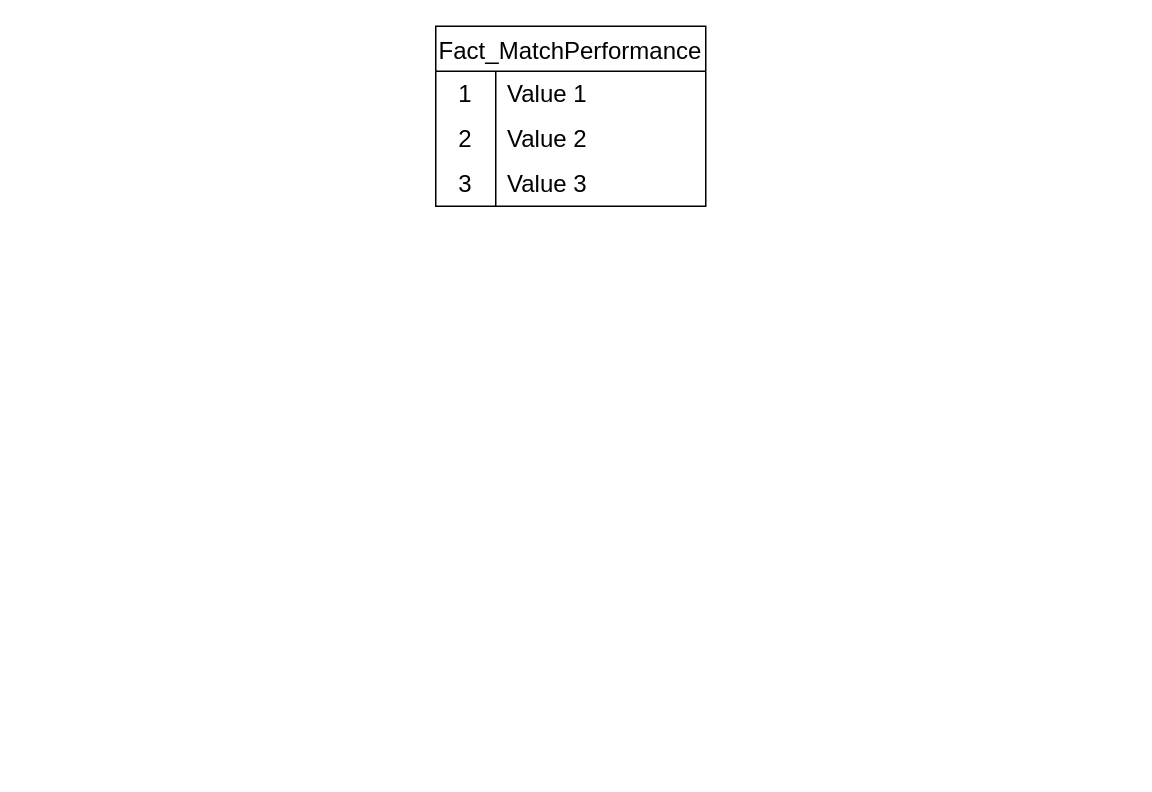
Before: star schema.drawio in MiravBhojani/BIProject--136446, a draw.io diagram. Source tidied: cells renumbered, new cells numbered last; positions are measured from the earlier drawing's top-left corner, leaving out a move shared by most shapes. Both pictures are drawn from the tidied source at 150%, with x=0, y=0 at pixel (435, 26).
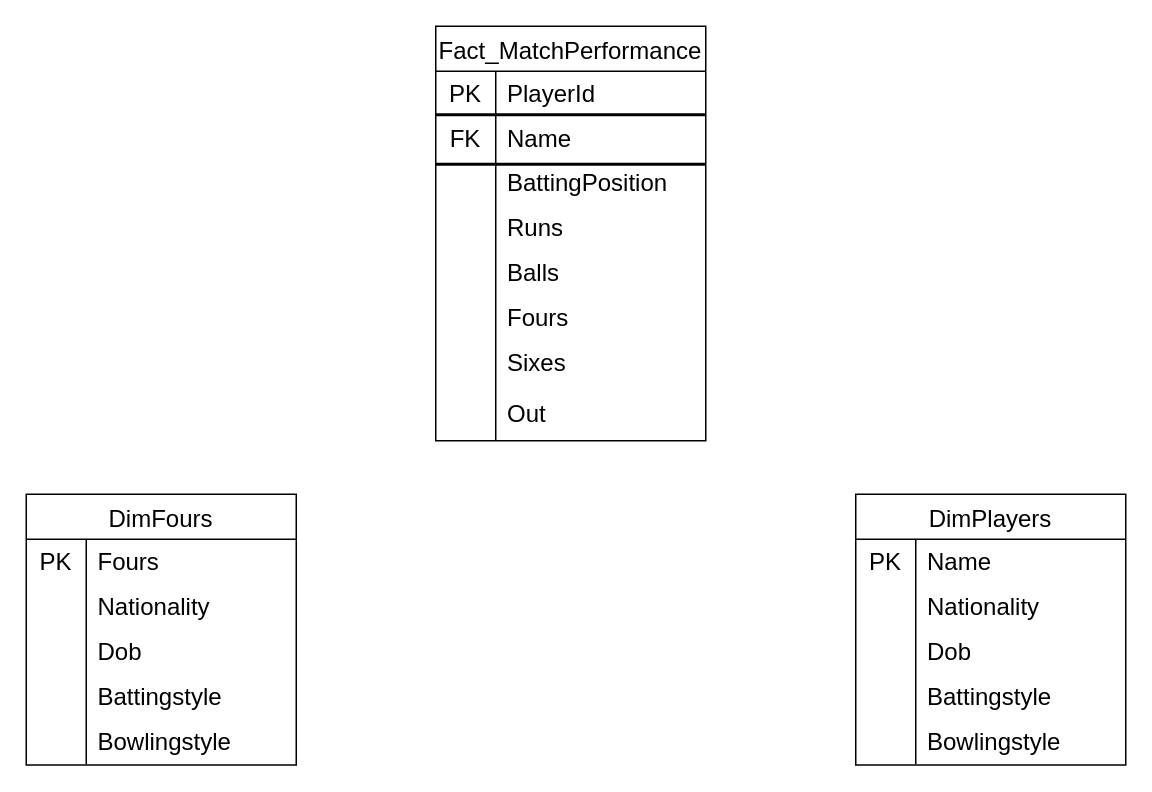
The same page after the edit.

The change refers to these unchanged cells:
```xml
<mxCell id="3" style="shape=tableRow;horizontal=0;startSize=0;swimlaneHead=0;swimlaneBody=0;top=0;left=0;bottom=0;right=0;fillColor=none;strokeColor=inherit;fontSize=16;" parent="2" vertex="1">
  <mxGeometry y="30" width="180" height="30" as="geometry" />
</mxCell>
```

Diff of the diagram source:
```diff
@@
     <mxCell id="2" value="Fact_MatchPerformance" style="shape=table;startSize=30;childLayout=tableLayout;rowLines=0;fontStyle=0;strokeColor=default;fontSize=16;" parent="1" vertex="1">
-      <mxGeometry width="180" height="120" as="geometry" />
+      <mxGeometry width="180" height="276.4" as="geometry" />
     </mxCell>
@@
-    <mxCell id="4" value="1" style="shape=partialRectangle;html=1;whiteSpace=wrap;fillColor=none;top=0;left=0;bottom=0;right=0;overflow=hidden;strokeColor=inherit;fontSize=16;" parent="3" vertex="1">
+    <mxCell id="4" value="PK" style="shape=partialRectangle;html=1;whiteSpace=wrap;fillColor=none;top=0;left=0;bottom=0;right=0;overflow=hidden;strokeColor=inherit;fontSize=16;" parent="3" vertex="1">
       <mxGeometry width="40" height="30" as="geometry" />
     </mxCell>
-    <mxCell id="5" value="Value 1" style="shape=partialRectangle;html=1;whiteSpace=wrap;fillColor=none;top=0;left=0;bottom=0;right=0;align=left;spacingLeft=6;overflow=hidden;strokeColor=inherit;fontSize=16;" parent="3" vertex="1">
+    <mxCell id="5" value="PlayerId" style="shape=partialRectangle;html=1;whiteSpace=wrap;fillColor=none;top=0;left=0;bottom=0;right=0;align=left;spacingLeft=6;overflow=hidden;strokeColor=inherit;fontSize=16;" parent="3" vertex="1">
       <mxGeometry x="40" width="140" height="30" as="geometry" />
     </mxCell>
     <mxCell id="6" style="shape=tableRow;horizontal=0;startSize=0;swimlaneHead=0;swimlaneBody=0;top=0;left=0;bottom=0;right=0;fillColor=none;strokeColor=inherit;fontSize=16;" parent="2" vertex="1">
-      <mxGeometry y="60" width="180" height="30" as="geometry" />
+      <mxGeometry y="60" width="180" height="29" as="geometry" />
     </mxCell>
-    <mxCell id="7" value="2" style="shape=partialRectangle;html=1;whiteSpace=wrap;fillColor=none;top=0;left=0;bottom=0;right=0;overflow=hidden;strokeColor=inherit;fontSize=16;" parent="6" vertex="1">
-      <mxGeometry width="40" height="30" as="geometry" />
+    <mxCell id="7" value="FK" style="shape=partialRectangle;html=1;whiteSpace=wrap;fillColor=none;top=0;left=0;bottom=0;right=0;overflow=hidden;strokeColor=inherit;fontSize=16;" parent="6" vertex="1">
+      <mxGeometry width="40" height="29" as="geometry" />
     </mxCell>
-    <mxCell id="8" value="Value 2" style="shape=partialRectangle;html=1;whiteSpace=wrap;fillColor=none;top=0;left=0;bottom=0;right=0;align=left;spacingLeft=6;overflow=hidden;strokeColor=inherit;fontSize=16;" parent="6" vertex="1">
-      <mxGeometry x="40" width="140" height="30" as="geometry" />
+    <mxCell id="8" value="Name" style="shape=partialRectangle;html=1;whiteSpace=wrap;fillColor=none;top=0;left=0;bottom=0;right=0;align=left;spacingLeft=6;overflow=hidden;strokeColor=inherit;fontSize=16;" parent="6" vertex="1">
+      <mxGeometry x="40" width="140" height="29" as="geometry" />
     </mxCell>
     <mxCell id="9" style="shape=tableRow;horizontal=0;startSize=0;swimlaneHead=0;swimlaneBody=0;top=0;left=0;bottom=0;right=0;fillColor=none;strokeColor=inherit;fontSize=16;" parent="2" vertex="1">
-      <mxGeometry y="90" width="180" height="30" as="geometry" />
+      <mxGeometry y="89" width="180" height="30" as="geometry" />
     </mxCell>
-    <mxCell id="10" value="3" style="shape=partialRectangle;html=1;whiteSpace=wrap;fillColor=none;top=0;left=0;bottom=0;right=0;overflow=hidden;strokeColor=inherit;fontSize=16;" parent="9" vertex="1">
+    <mxCell id="10" style="shape=partialRectangle;html=1;whiteSpace=wrap;fillColor=none;top=0;left=0;bottom=0;right=0;overflow=hidden;strokeColor=inherit;fontSize=16;" parent="9" vertex="1">
       <mxGeometry width="40" height="30" as="geometry" />
     </mxCell>
-    <mxCell id="11" value="Value 3" style="shape=partialRectangle;html=1;whiteSpace=wrap;fillColor=none;top=0;left=0;bottom=0;right=0;align=left;spacingLeft=6;overflow=hidden;strokeColor=inherit;fontSize=16;" parent="9" vertex="1">
+    <mxCell id="11" value="BattingPosition" style="shape=partialRectangle;html=1;whiteSpace=wrap;fillColor=none;top=0;left=0;bottom=0;right=0;align=left;spacingLeft=6;overflow=hidden;strokeColor=inherit;fontSize=16;" parent="9" vertex="1">
       <mxGeometry x="40" width="140" height="30" as="geometry" />
     </mxCell>
+    <mxCell id="12" style="shape=tableRow;horizontal=0;startSize=0;swimlaneHead=0;swimlaneBody=0;top=0;left=0;bottom=0;right=0;fillColor=none;strokeColor=inherit;fontSize=16;" parent="2" vertex="1">
+      <mxGeometry y="119" width="180" height="30" as="geometry" />
+    </mxCell>
+    <mxCell id="13" style="shape=partialRectangle;html=1;whiteSpace=wrap;fillColor=none;top=0;left=0;bottom=0;right=0;overflow=hidden;strokeColor=inherit;fontSize=16;" parent="12" vertex="1">
+      <mxGeometry width="40" height="30" as="geometry" />
+    </mxCell>
+    <mxCell id="14" value="Runs" style="shape=partialRectangle;html=1;whiteSpace=wrap;fillColor=none;top=0;left=0;bottom=0;right=0;align=left;spacingLeft=6;overflow=hidden;strokeColor=inherit;fontSize=16;" parent="12" vertex="1">
+      <mxGeometry x="40" width="140" height="30" as="geometry" />
+    </mxCell>
+    <mxCell id="15" style="shape=tableRow;horizontal=0;startSize=0;swimlaneHead=0;swimlaneBody=0;top=0;left=0;bottom=0;right=0;fillColor=none;strokeColor=inherit;fontSize=16;" parent="2" vertex="1">
+      <mxGeometry y="149" width="180" height="30" as="geometry" />
+    </mxCell>
+    <mxCell id="16" style="shape=partialRectangle;html=1;whiteSpace=wrap;fillColor=none;top=0;left=0;bottom=0;right=0;overflow=hidden;strokeColor=inherit;fontSize=16;" parent="15" vertex="1">
+      <mxGeometry width="40" height="30" as="geometry" />
+    </mxCell>
+    <mxCell id="17" value="Balls" style="shape=partialRectangle;html=1;whiteSpace=wrap;fillColor=none;top=0;left=0;bottom=0;right=0;align=left;spacingLeft=6;overflow=hidden;strokeColor=inherit;fontSize=16;" parent="15" vertex="1">
+      <mxGeometry x="40" width="140" height="30" as="geometry" />
+    </mxCell>
+    <mxCell id="18" style="shape=tableRow;horizontal=0;startSize=0;swimlaneHead=0;swimlaneBody=0;top=0;left=0;bottom=0;right=0;fillColor=none;strokeColor=inherit;fontSize=16;" parent="2" vertex="1">
+      <mxGeometry y="179" width="180" height="30" as="geometry" />
+    </mxCell>
+    <mxCell id="19" style="shape=partialRectangle;html=1;whiteSpace=wrap;fillColor=none;top=0;left=0;bottom=0;right=0;overflow=hidden;strokeColor=inherit;fontSize=16;" parent="18" vertex="1">
+      <mxGeometry width="40" height="30" as="geometry" />
+    </mxCell>
+    <mxCell id="20" value="Fours" style="shape=partialRectangle;html=1;whiteSpace=wrap;fillColor=none;top=0;left=0;bottom=0;right=0;align=left;spacingLeft=6;overflow=hidden;strokeColor=inherit;fontSize=16;" parent="18" vertex="1">
+      <mxGeometry x="40" width="140" height="30" as="geometry" />
+    </mxCell>
+    <mxCell id="21" style="shape=tableRow;horizontal=0;startSize=0;swimlaneHead=0;swimlaneBody=0;top=0;left=0;bottom=0;right=0;fillColor=none;strokeColor=inherit;fontSize=16;" parent="2" vertex="1">
+      <mxGeometry y="209" width="180" height="30" as="geometry" />
+    </mxCell>
+    <mxCell id="22" style="shape=partialRectangle;html=1;whiteSpace=wrap;fillColor=none;top=0;left=0;bottom=0;right=0;overflow=hidden;strokeColor=inherit;fontSize=16;" parent="21" vertex="1">
+      <mxGeometry width="40" height="30" as="geometry" />
+    </mxCell>
+    <mxCell id="23" value="Sixes" style="shape=partialRectangle;html=1;whiteSpace=wrap;fillColor=none;top=0;left=0;bottom=0;right=0;align=left;spacingLeft=6;overflow=hidden;strokeColor=inherit;fontSize=16;" parent="21" vertex="1">
+      <mxGeometry x="40" width="140" height="30" as="geometry" />
+    </mxCell>
+    <mxCell id="24" style="shape=tableRow;horizontal=0;startSize=0;swimlaneHead=0;swimlaneBody=0;top=0;left=0;bottom=0;right=0;fillColor=none;strokeColor=inherit;fontSize=16;" parent="2" vertex="1">
+      <mxGeometry y="239" width="180" height="37" as="geometry" />
+    </mxCell>
+    <mxCell id="25" style="shape=partialRectangle;html=1;whiteSpace=wrap;fillColor=none;top=0;left=0;bottom=0;right=0;overflow=hidden;strokeColor=inherit;fontSize=16;" parent="24" vertex="1">
+      <mxGeometry width="40" height="37" as="geometry" />
+    </mxCell>
+    <mxCell id="26" value="Out" style="shape=partialRectangle;html=1;whiteSpace=wrap;fillColor=none;top=0;left=0;bottom=0;right=0;align=left;spacingLeft=6;overflow=hidden;strokeColor=inherit;fontSize=16;" parent="24" vertex="1">
+      <mxGeometry x="40" width="140" height="37" as="geometry" />
+    </mxCell>
+    <mxCell id="27" value="DimPlayers" style="shape=table;startSize=30;childLayout=tableLayout;rowLines=0;fontStyle=0;strokeColor=default;fontSize=16;" parent="1" vertex="1">
+      <mxGeometry x="280" y="312" width="180" height="180.5" as="geometry" />
+    </mxCell>
+    <mxCell id="28" style="shape=tableRow;horizontal=0;startSize=0;swimlaneHead=0;swimlaneBody=0;top=0;left=0;bottom=0;right=0;fillColor=none;strokeColor=inherit;fontSize=16;" parent="27" vertex="1">
+      <mxGeometry y="30" width="180" height="30" as="geometry" />
+    </mxCell>
+    <mxCell id="29" value="PK" style="shape=partialRectangle;html=1;whiteSpace=wrap;fillColor=none;top=0;left=0;bottom=0;right=0;overflow=hidden;strokeColor=inherit;fontSize=16;" parent="28" vertex="1">
+      <mxGeometry width="40" height="30" as="geometry" />
+    </mxCell>
+    <mxCell id="30" value="Name" style="shape=partialRectangle;html=1;whiteSpace=wrap;fillColor=none;top=0;left=0;bottom=0;right=0;align=left;spacingLeft=6;overflow=hidden;strokeColor=inherit;fontSize=16;" parent="28" vertex="1">
+      <mxGeometry x="40" width="140" height="30" as="geometry" />
+    </mxCell>
+    <mxCell id="31" style="shape=tableRow;horizontal=0;startSize=0;swimlaneHead=0;swimlaneBody=0;top=0;left=0;bottom=0;right=0;fillColor=none;strokeColor=inherit;fontSize=16;" parent="27" vertex="1">
+      <mxGeometry y="60" width="180" height="30" as="geometry" />
+    </mxCell>
+    <mxCell id="32" style="shape=partialRectangle;html=1;whiteSpace=wrap;fillColor=none;top=0;left=0;bottom=0;right=0;overflow=hidden;strokeColor=inherit;fontSize=16;" parent="31" vertex="1">
+      <mxGeometry width="40" height="30" as="geometry" />
+    </mxCell>
+    <mxCell id="33" value="Nationality" style="shape=partialRectangle;html=1;whiteSpace=wrap;fillColor=none;top=0;left=0;bottom=0;right=0;align=left;spacingLeft=6;overflow=hidden;strokeColor=inherit;fontSize=16;" parent="31" vertex="1">
+      <mxGeometry x="40" width="140" height="30" as="geometry" />
+    </mxCell>
+    <mxCell id="34" style="shape=tableRow;horizontal=0;startSize=0;swimlaneHead=0;swimlaneBody=0;top=0;left=0;bottom=0;right=0;fillColor=none;strokeColor=inherit;fontSize=16;" parent="27" vertex="1">
+      <mxGeometry y="90" width="180" height="30" as="geometry" />
+    </mxCell>
+    <mxCell id="35" style="shape=partialRectangle;html=1;whiteSpace=wrap;fillColor=none;top=0;left=0;bottom=0;right=0;overflow=hidden;strokeColor=inherit;fontSize=16;" parent="34" vertex="1">
+      <mxGeometry width="40" height="30" as="geometry" />
+    </mxCell>
+    <mxCell id="36" value="Dob" style="shape=partialRectangle;html=1;whiteSpace=wrap;fillColor=none;top=0;left=0;bottom=0;right=0;align=left;spacingLeft=6;overflow=hidden;strokeColor=inherit;fontSize=16;" parent="34" vertex="1">
+      <mxGeometry x="40" width="140" height="30" as="geometry" />
+    </mxCell>
+    <mxCell id="37" style="shape=tableRow;horizontal=0;startSize=0;swimlaneHead=0;swimlaneBody=0;top=0;left=0;bottom=0;right=0;fillColor=none;strokeColor=inherit;fontSize=16;" parent="27" vertex="1">
+      <mxGeometry y="120" width="180" height="30" as="geometry" />
+    </mxCell>
+    <mxCell id="38" style="shape=partialRectangle;html=1;whiteSpace=wrap;fillColor=none;top=0;left=0;bottom=0;right=0;overflow=hidden;strokeColor=inherit;fontSize=16;" parent="37" vertex="1">
+      <mxGeometry width="40" height="30" as="geometry" />
+    </mxCell>
+    <mxCell id="39" value="Battingstyle" style="shape=partialRectangle;html=1;whiteSpace=wrap;fillColor=none;top=0;left=0;bottom=0;right=0;align=left;spacingLeft=6;overflow=hidden;strokeColor=inherit;fontSize=16;" parent="37" vertex="1">
+      <mxGeometry x="40" width="140" height="30" as="geometry" />
+    </mxCell>
+    <mxCell id="40" style="shape=tableRow;horizontal=0;startSize=0;swimlaneHead=0;swimlaneBody=0;top=0;left=0;bottom=0;right=0;fillColor=none;strokeColor=inherit;fontSize=16;" parent="27" vertex="1">
+      <mxGeometry y="150" width="180" height="30" as="geometry" />
+    </mxCell>
+    <mxCell id="41" style="shape=partialRectangle;html=1;whiteSpace=wrap;fillColor=none;top=0;left=0;bottom=0;right=0;overflow=hidden;strokeColor=inherit;fontSize=16;" parent="40" vertex="1">
+      <mxGeometry width="40" height="30" as="geometry" />
+    </mxCell>
+    <mxCell id="42" value="Bowlingstyle" style="shape=partialRectangle;html=1;whiteSpace=wrap;fillColor=none;top=0;left=0;bottom=0;right=0;align=left;spacingLeft=6;overflow=hidden;strokeColor=inherit;fontSize=16;" parent="40" vertex="1">
+      <mxGeometry x="40" width="140" height="30" as="geometry" />
+    </mxCell>
+    <mxCell id="43" style="line;strokeWidth=2;html=1;" parent="1" vertex="1">
+      <mxGeometry y="54" width="180" height="10" as="geometry" />
+    </mxCell>
+    <mxCell id="44" style="line;strokeWidth=2;html=1;" parent="1" vertex="1">
+      <mxGeometry y="87" width="180" height="10" as="geometry" />
+    </mxCell>
+    <mxCell id="45" value="DimFours" style="shape=table;startSize=30;childLayout=tableLayout;rowLines=0;fontStyle=0;strokeColor=default;fontSize=16;" parent="1" vertex="1">
+      <mxGeometry x="-273" y="312" width="180" height="180.5" as="geometry" />
+    </mxCell>
+    <mxCell id="46" style="shape=tableRow;horizontal=0;startSize=0;swimlaneHead=0;swimlaneBody=0;top=0;left=0;bottom=0;right=0;fillColor=none;strokeColor=inherit;fontSize=16;" parent="45" vertex="1">
+      <mxGeometry y="30" width="180" height="30" as="geometry" />
+    </mxCell>
+    <mxCell id="47" value="PK" style="shape=partialRectangle;html=1;whiteSpace=wrap;fillColor=none;top=0;left=0;bottom=0;right=0;overflow=hidden;strokeColor=inherit;fontSize=16;" parent="46" vertex="1">
+      <mxGeometry width="40" height="30" as="geometry" />
+    </mxCell>
+    <mxCell id="48" value="Fours" style="shape=partialRectangle;html=1;whiteSpace=wrap;fillColor=none;top=0;left=0;bottom=0;right=0;align=left;spacingLeft=6;overflow=hidden;strokeColor=inherit;fontSize=16;" parent="46" vertex="1">
+      <mxGeometry x="40" width="140" height="30" as="geometry" />
+    </mxCell>
+    <mxCell id="49" style="shape=tableRow;horizontal=0;startSize=0;swimlaneHead=0;swimlaneBody=0;top=0;left=0;bottom=0;right=0;fillColor=none;strokeColor=inherit;fontSize=16;" parent="45" vertex="1">
+      <mxGeometry y="60" width="180" height="30" as="geometry" />
+    </mxCell>
+    <mxCell id="50" style="shape=partialRectangle;html=1;whiteSpace=wrap;fillColor=none;top=0;left=0;bottom=0;right=0;overflow=hidden;strokeColor=inherit;fontSize=16;" parent="49" vertex="1">
+      <mxGeometry width="40" height="30" as="geometry" />
+    </mxCell>
+    <mxCell id="51" value="Nationality" style="shape=partialRectangle;html=1;whiteSpace=wrap;fillColor=none;top=0;left=0;bottom=0;right=0;align=left;spacingLeft=6;overflow=hidden;strokeColor=inherit;fontSize=16;" parent="49" vertex="1">
+      <mxGeometry x="40" width="140" height="30" as="geometry" />
+    </mxCell>
+    <mxCell id="52" style="shape=tableRow;horizontal=0;startSize=0;swimlaneHead=0;swimlaneBody=0;top=0;left=0;bottom=0;right=0;fillColor=none;strokeColor=inherit;fontSize=16;" parent="45" vertex="1">
+      <mxGeometry y="90" width="180" height="30" as="geometry" />
+    </mxCell>
+    <mxCell id="53" style="shape=partialRectangle;html=1;whiteSpace=wrap;fillColor=none;top=0;left=0;bottom=0;right=0;overflow=hidden;strokeColor=inherit;fontSize=16;" parent="52" vertex="1">
+      <mxGeometry width="40" height="30" as="geometry" />
+    </mxCell>
+    <mxCell id="54" value="Dob" style="shape=partialRectangle;html=1;whiteSpace=wrap;fillColor=none;top=0;left=0;bottom=0;right=0;align=left;spacingLeft=6;overflow=hidden;strokeColor=inherit;fontSize=16;" parent="52" vertex="1">
+      <mxGeometry x="40" width="140" height="30" as="geometry" />
+    </mxCell>
+    <mxCell id="55" style="shape=tableRow;horizontal=0;startSize=0;swimlaneHead=0;swimlaneBody=0;top=0;left=0;bottom=0;right=0;fillColor=none;strokeColor=inherit;fontSize=16;" parent="45" vertex="1">
+      <mxGeometry y="120" width="180" height="30" as="geometry" />
+    </mxCell>
+    <mxCell id="56" style="shape=partialRectangle;html=1;whiteSpace=wrap;fillColor=none;top=0;left=0;bottom=0;right=0;overflow=hidden;strokeColor=inherit;fontSize=16;" parent="55" vertex="1">
+      <mxGeometry width="40" height="30" as="geometry" />
+    </mxCell>
+    <mxCell id="57" value="Battingstyle" style="shape=partialRectangle;html=1;whiteSpace=wrap;fillColor=none;top=0;left=0;bottom=0;right=0;align=left;spacingLeft=6;overflow=hidden;strokeColor=inherit;fontSize=16;" parent="55" vertex="1">
+      <mxGeometry x="40" width="140" height="30" as="geometry" />
+    </mxCell>
+    <mxCell id="58" style="shape=tableRow;horizontal=0;startSize=0;swimlaneHead=0;swimlaneBody=0;top=0;left=0;bottom=0;right=0;fillColor=none;strokeColor=inherit;fontSize=16;" parent="45" vertex="1">
+      <mxGeometry y="150" width="180" height="30" as="geometry" />
+    </mxCell>
+    <mxCell id="59" style="shape=partialRectangle;html=1;whiteSpace=wrap;fillColor=none;top=0;left=0;bottom=0;right=0;overflow=hidden;strokeColor=inherit;fontSize=16;" parent="58" vertex="1">
+      <mxGeometry width="40" height="30" as="geometry" />
+    </mxCell>
+    <mxCell id="60" value="Bowlingstyle" style="shape=partialRectangle;html=1;whiteSpace=wrap;fillColor=none;top=0;left=0;bottom=0;right=0;align=left;spacingLeft=6;overflow=hidden;strokeColor=inherit;fontSize=16;" parent="58" vertex="1">
+      <mxGeometry x="40" width="140" height="30" as="geometry" />
+    </mxCell>
```
